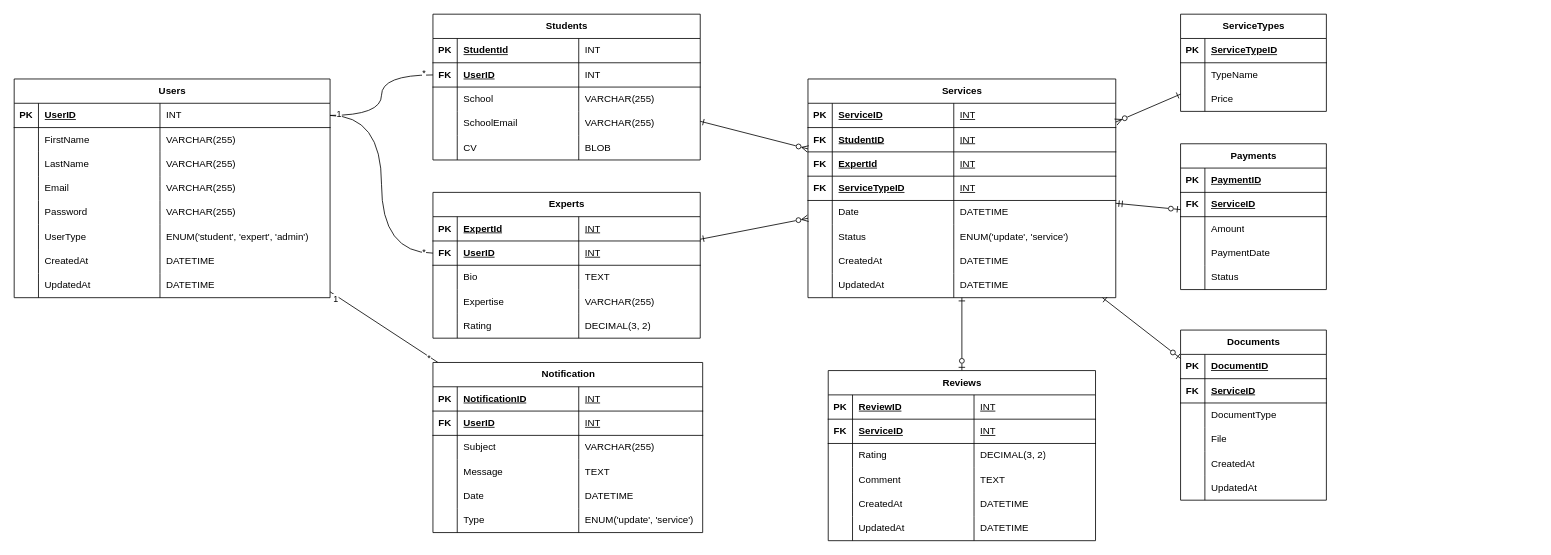
The draw.io diagram ERD.drawio in tamir-cqu/uml-diagram, before the edit. Source tidied: cells renumbered, new cells numbered last; positions are measured from the earlier drawing's top-left corner, leaving out a move shared by most shapes. Both pictures are drawn from the tidied source at 81%, with x=0, y=0 at pixel (14, 14).
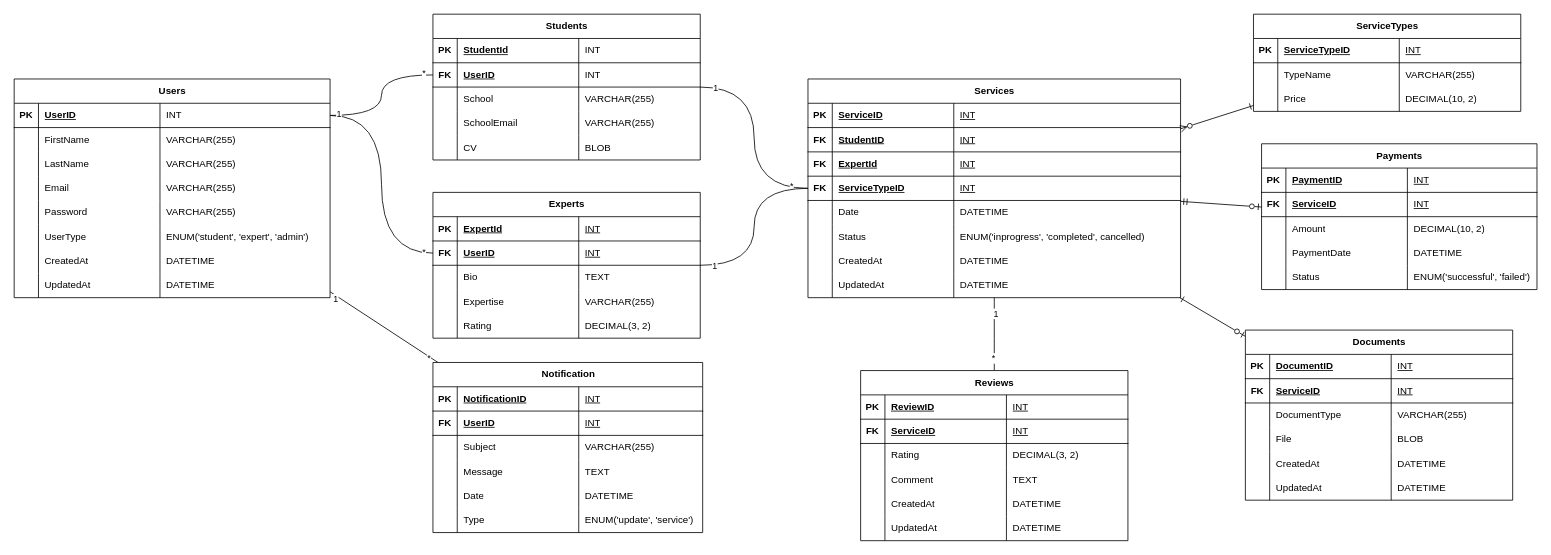
After the change.

Unchanged cells that the change refers to:
```xml
<mxCell id="35" value="Experts" style="shape=table;startSize=30;childLayout=tableLayout;rowLines=0;fontStyle=1;align=center;html=1;" parent="1" vertex="1">
  <mxGeometry x="517" y="220" width="330" height="180" as="geometry" />
</mxCell>
<mxCell id="59" value="Students" style="shape=table;startSize=30;childLayout=tableLayout;rowLines=0;fontStyle=1;align=center;html=1;" parent="1" vertex="1">
  <mxGeometry x="517" width="330" height="180" as="geometry" />
</mxCell>
```

Diff of the diagram source:
```diff
@@
-    <mxCell id="58" style="rounded=0;jettySize=auto;html=1;entryDx=0;entryDy=0;startArrow=ERone;startFill=0;endArrow=ERzeroToMany;endFill=0;exitDx=0;exitDy=0;" parent="1" edge="1" source="59" target="85">
+    <mxCell id="58" style="rounded=0;jettySize=auto;html=1;entryDx=0;entryDy=0;startArrow=none;startFill=0;endArrow=none;endFill=0;exitDx=0;exitDy=0;edgeStyle=orthogonalEdgeStyle;curved=1;" parent="1" edge="1" source="59" target="85">
       <mxGeometry relative="1" as="geometry" />
     </mxCell>
+    <mxCell id="219" value="1" style="edgeLabel;html=1;align=center;verticalAlign=middle;" parent="58" vertex="1">
+      <mxGeometry x="-0.86" relative="1" as="geometry" />
+    </mxCell>
+    <mxCell id="220" value="*" style="edgeLabel;html=1;align=center;verticalAlign=middle;" parent="58" vertex="1">
+      <mxGeometry x="0.84" y="4" relative="1" as="geometry" />
+    </mxCell>
@@
-    <mxCell id="83" style="edgeStyle=orthogonalEdgeStyle;rounded=0;jettySize=auto;html=1;entryX=0.5;entryY=0;entryDx=0;entryDy=0;startArrow=ERone;startFill=0;endArrow=ERzeroToOne;endFill=0;" parent="1" edge="1" source="85" target="175">
+    <mxCell id="83" style="edgeStyle=orthogonalEdgeStyle;rounded=0;jettySize=auto;html=1;entryX=0.5;entryY=0;entryDx=0;entryDy=0;startArrow=none;startFill=0;endArrow=none;endFill=0;curved=1;" parent="1" edge="1" source="85" target="175">
       <mxGeometry relative="1" as="geometry" />
     </mxCell>
+    <mxCell id="221" value="1" style="edgeLabel;html=1;align=center;verticalAlign=middle;" parent="83" vertex="1">
+      <mxGeometry x="-0.58" y="1" relative="1" as="geometry" />
+    </mxCell>
+    <mxCell id="222" value="*" style="edgeLabel;html=1;align=center;verticalAlign=middle;" parent="83" vertex="1">
+      <mxGeometry x="0.64" y="-2" relative="1" as="geometry" />
+    </mxCell>
@@
     <mxCell id="85" value="Services" style="shape=table;startSize=30;childLayout=tableLayout;rowLines=0;fontStyle=1;align=center;html=1;" parent="1" vertex="1">
-      <mxGeometry x="980" y="80" width="380" height="270" as="geometry" />
+      <mxGeometry x="980" y="80" width="460" height="270" as="geometry" />
     </mxCell>
     <mxCell id="86" style="shape=tableRow;horizontal=0;startSize=0;swimlaneHead=0;swimlaneBody=0;fillColor=none;top=0;left=0;right=0;bottom=1;" parent="85" vertex="1">
-      <mxGeometry y="30" width="380" height="30" as="geometry" />
+      <mxGeometry y="30" width="460" height="30" as="geometry" />
     </mxCell>
@@
     <mxCell id="89" value="&lt;span style=&quot;font-weight: 400;&quot;&gt;INT&lt;/span&gt;" style="shape=partialRectangle;fillColor=none;top=0;left=0;bottom=0;right=0;align=left;spacingLeft=6;fontStyle=5;overflow=hidden;whiteSpace=wrap;html=1;" parent="86" vertex="1">
-      <mxGeometry x="180" width="200" height="30" as="geometry" />
+      <mxGeometry x="180" width="280" height="30" as="geometry" />
     </mxCell>
     <mxCell id="90" style="shape=tableRow;horizontal=0;startSize=0;swimlaneHead=0;swimlaneBody=0;fillColor=none;top=0;left=0;right=0;bottom=1;" parent="85" vertex="1">
-      <mxGeometry y="60" width="380" height="30" as="geometry" />
+      <mxGeometry y="60" width="460" height="30" as="geometry" />
     </mxCell>
@@
     <mxCell id="93" value="&lt;span style=&quot;font-weight: 400;&quot;&gt;INT&lt;/span&gt;" style="shape=partialRectangle;fillColor=none;top=0;left=0;bottom=0;right=0;align=left;spacingLeft=6;fontStyle=5;overflow=hidden;whiteSpace=wrap;html=1;" parent="90" vertex="1">
-      <mxGeometry x="180" width="200" height="30" as="geometry" />
+      <mxGeometry x="180" width="280" height="30" as="geometry" />
     </mxCell>
     <mxCell id="94" style="shape=tableRow;horizontal=0;startSize=0;swimlaneHead=0;swimlaneBody=0;fillColor=none;top=0;left=0;right=0;bottom=1;" parent="85" vertex="1">
-      <mxGeometry y="90" width="380" height="30" as="geometry" />
+      <mxGeometry y="90" width="460" height="30" as="geometry" />
     </mxCell>
@@
     <mxCell id="97" value="&lt;span style=&quot;font-weight: 400;&quot;&gt;INT&lt;/span&gt;" style="shape=partialRectangle;fillColor=none;top=0;left=0;bottom=0;right=0;align=left;spacingLeft=6;fontStyle=5;overflow=hidden;whiteSpace=wrap;html=1;" parent="94" vertex="1">
-      <mxGeometry x="180" width="200" height="30" as="geometry" />
+      <mxGeometry x="180" width="280" height="30" as="geometry" />
     </mxCell>
     <mxCell id="98" style="shape=tableRow;horizontal=0;startSize=0;swimlaneHead=0;swimlaneBody=0;fillColor=none;top=0;left=0;right=0;bottom=1;" parent="85" vertex="1">
-      <mxGeometry y="120" width="380" height="30" as="geometry" />
+      <mxGeometry y="120" width="460" height="30" as="geometry" />
     </mxCell>
@@
     <mxCell id="101" value="&lt;span style=&quot;font-weight: 400;&quot;&gt;INT&lt;/span&gt;" style="shape=partialRectangle;fillColor=none;top=0;left=0;bottom=0;right=0;align=left;spacingLeft=6;fontStyle=5;overflow=hidden;whiteSpace=wrap;html=1;" parent="98" vertex="1">
-      <mxGeometry x="180" width="200" height="30" as="geometry" />
+      <mxGeometry x="180" width="280" height="30" as="geometry" />
     </mxCell>
     <mxCell id="102" style="shape=tableRow;horizontal=0;startSize=0;swimlaneHead=0;swimlaneBody=0;fillColor=none;top=0;left=0;right=0;bottom=0;" parent="85" vertex="1">
-      <mxGeometry y="150" width="380" height="30" as="geometry" />
+      <mxGeometry y="150" width="460" height="30" as="geometry" />
     </mxCell>
@@
     <mxCell id="105" value="DATETIME" style="shape=partialRectangle;fillColor=none;top=0;left=0;bottom=0;right=0;align=left;spacingLeft=6;overflow=hidden;whiteSpace=wrap;html=1;" parent="102" vertex="1">
-      <mxGeometry x="180" width="200" height="30" as="geometry" />
+      <mxGeometry x="180" width="280" height="30" as="geometry" />
     </mxCell>
     <mxCell id="106" style="shape=tableRow;horizontal=0;startSize=0;swimlaneHead=0;swimlaneBody=0;fillColor=none;top=0;left=0;right=0;bottom=0;" parent="85" vertex="1">
-      <mxGeometry y="180" width="380" height="30" as="geometry" />
+      <mxGeometry y="180" width="460" height="30" as="geometry" />
     </mxCell>
@@
-    <mxCell id="109" value="ENUM('update', 'service')" style="shape=partialRectangle;fillColor=none;top=0;left=0;bottom=0;right=0;align=left;spacingLeft=6;overflow=hidden;whiteSpace=wrap;html=1;" parent="106" vertex="1">
-      <mxGeometry x="180" width="200" height="30" as="geometry" />
+    <mxCell id="109" value="ENUM('inprogress', 'completed', cancelled)" style="shape=partialRectangle;fillColor=none;top=0;left=0;bottom=0;right=0;align=left;spacingLeft=6;overflow=hidden;whiteSpace=wrap;html=1;" parent="106" vertex="1">
+      <mxGeometry x="180" width="280" height="30" as="geometry" />
     </mxCell>
     <mxCell id="110" style="shape=tableRow;horizontal=0;startSize=0;swimlaneHead=0;swimlaneBody=0;fillColor=none;top=0;left=0;right=0;bottom=0;" parent="85" vertex="1">
-      <mxGeometry y="210" width="380" height="30" as="geometry" />
+      <mxGeometry y="210" width="460" height="30" as="geometry" />
     </mxCell>
@@
     <mxCell id="113" value="DATETIME" style="shape=partialRectangle;fillColor=none;top=0;left=0;bottom=0;right=0;align=left;spacingLeft=6;overflow=hidden;whiteSpace=wrap;html=1;" parent="110" vertex="1">
-      <mxGeometry x="180" width="200" height="30" as="geometry" />
+      <mxGeometry x="180" width="280" height="30" as="geometry" />
     </mxCell>
     <mxCell id="114" style="shape=tableRow;horizontal=0;startSize=0;swimlaneHead=0;swimlaneBody=0;fillColor=none;top=0;left=0;right=0;bottom=0;" parent="85" vertex="1">
-      <mxGeometry y="240" width="380" height="30" as="geometry" />
+      <mxGeometry y="240" width="460" height="30" as="geometry" />
     </mxCell>
@@
     <mxCell id="117" value="DATETIME" style="shape=partialRectangle;fillColor=none;top=0;left=0;bottom=0;right=0;align=left;spacingLeft=6;overflow=hidden;whiteSpace=wrap;html=1;" parent="114" vertex="1">
-      <mxGeometry x="180" width="200" height="30" as="geometry" />
+      <mxGeometry x="180" width="280" height="30" as="geometry" />
     </mxCell>
-    <mxCell id="118" style="rounded=0;jettySize=auto;html=1;startArrow=ERone;startFill=0;endArrow=ERzeroToMany;endFill=0;entryDx=0;entryDy=0;exitDx=0;exitDy=0;" parent="1" edge="1" source="35" target="85">
+    <mxCell id="118" style="rounded=0;jettySize=auto;html=1;startArrow=none;startFill=0;endArrow=none;endFill=0;entryDx=0;entryDy=0;exitDx=0;exitDy=0;strokeColor=default;edgeStyle=orthogonalEdgeStyle;curved=1;" parent="1" edge="1" source="35" target="85">
       <mxGeometry relative="1" as="geometry" />
     </mxCell>
+    <mxCell id="223" value="1" style="edgeLabel;html=1;align=center;verticalAlign=middle;" parent="118" vertex="1">
+      <mxGeometry x="-0.85" relative="1" as="geometry" />
+    </mxCell>
@@
     <mxCell id="120" value="ServiceTypes" style="shape=table;startSize=30;childLayout=tableLayout;rowLines=0;fontStyle=1;align=center;html=1;" parent="1" vertex="1">
-      <mxGeometry x="1440" width="180" height="120" as="geometry" />
+      <mxGeometry x="1530" width="330" height="120" as="geometry" />
     </mxCell>
     <mxCell id="121" style="shape=tableRow;horizontal=0;startSize=0;swimlaneHead=0;swimlaneBody=0;fillColor=none;top=0;left=0;right=0;bottom=1;" parent="120" vertex="1">
-      <mxGeometry y="30" width="180" height="30" as="geometry" />
+      <mxGeometry y="30" width="330" height="30" as="geometry" />
     </mxCell>
@@
+    <mxCell id="224" value="&lt;span style=&quot;font-weight: 400;&quot;&gt;INT&lt;/span&gt;" style="shape=partialRectangle;fillColor=none;top=0;left=0;bottom=0;right=0;align=left;spacingLeft=6;fontStyle=5;overflow=hidden;whiteSpace=wrap;html=1;" parent="121" vertex="1">
+      <mxGeometry x="180" width="150" height="30" as="geometry" />
+    </mxCell>
     <mxCell id="124" style="shape=tableRow;horizontal=0;startSize=0;swimlaneHead=0;swimlaneBody=0;fillColor=none;top=0;left=0;right=0;bottom=0;" parent="120" vertex="1">
-      <mxGeometry y="60" width="180" height="30" as="geometry" />
+      <mxGeometry y="60" width="330" height="30" as="geometry" />
     </mxCell>
@@
+    <mxCell id="225" value="VARCHAR(255)" style="shape=partialRectangle;fillColor=none;top=0;left=0;bottom=0;right=0;align=left;spacingLeft=6;overflow=hidden;whiteSpace=wrap;html=1;" parent="124" vertex="1">
+      <mxGeometry x="180" width="150" height="30" as="geometry" />
+    </mxCell>
     <mxCell id="127" style="shape=tableRow;horizontal=0;startSize=0;swimlaneHead=0;swimlaneBody=0;fillColor=none;top=0;left=0;right=0;bottom=0;" parent="120" vertex="1">
-      <mxGeometry y="90" width="180" height="30" as="geometry" />
+      <mxGeometry y="90" width="330" height="30" as="geometry" />
     </mxCell>
@@
+    <mxCell id="226" value="&lt;span class=&quot;hljs-type&quot;&gt;DECIMAL&lt;/span&gt;(&lt;span class=&quot;hljs-number&quot;&gt;10&lt;/span&gt;, &lt;span class=&quot;hljs-number&quot;&gt;2&lt;/span&gt;)" style="shape=partialRectangle;fillColor=none;top=0;left=0;bottom=0;right=0;align=left;spacingLeft=6;overflow=hidden;whiteSpace=wrap;html=1;" parent="127" vertex="1">
+      <mxGeometry x="180" width="150" height="30" as="geometry" />
+    </mxCell>
     <mxCell id="130" value="Payments" style="shape=table;startSize=30;childLayout=tableLayout;rowLines=0;fontStyle=1;align=center;html=1;" parent="1" vertex="1">
-      <mxGeometry x="1440" y="160" width="180" height="180" as="geometry" />
+      <mxGeometry x="1540" y="160" width="340" height="180" as="geometry" />
     </mxCell>
     <mxCell id="131" style="shape=tableRow;horizontal=0;startSize=0;swimlaneHead=0;swimlaneBody=0;fillColor=none;top=0;left=0;right=0;bottom=1;" parent="130" vertex="1">
-      <mxGeometry y="30" width="180" height="30" as="geometry" />
+      <mxGeometry y="30" width="340" height="30" as="geometry" />
     </mxCell>
@@
+    <mxCell id="227" value="&lt;span style=&quot;font-weight: 400;&quot;&gt;INT&lt;/span&gt;" style="shape=partialRectangle;fillColor=none;top=0;left=0;bottom=0;right=0;align=left;spacingLeft=6;fontStyle=5;overflow=hidden;whiteSpace=wrap;html=1;" parent="131" vertex="1">
+      <mxGeometry x="180" width="160" height="30" as="geometry" />
+    </mxCell>
     <mxCell id="134" style="shape=tableRow;horizontal=0;startSize=0;swimlaneHead=0;swimlaneBody=0;fillColor=none;top=0;left=0;right=0;bottom=1;" parent="130" vertex="1">
-      <mxGeometry y="60" width="180" height="30" as="geometry" />
+      <mxGeometry y="60" width="340" height="30" as="geometry" />
     </mxCell>
@@
+    <mxCell id="228" value="&lt;span style=&quot;font-weight: 400;&quot;&gt;INT&lt;/span&gt;" style="shape=partialRectangle;fillColor=none;top=0;left=0;bottom=0;right=0;align=left;spacingLeft=6;fontStyle=5;overflow=hidden;whiteSpace=wrap;html=1;" parent="134" vertex="1">
+      <mxGeometry x="180" width="160" height="30" as="geometry" />
+    </mxCell>
     <mxCell id="137" style="shape=tableRow;horizontal=0;startSize=0;swimlaneHead=0;swimlaneBody=0;fillColor=none;top=0;left=0;right=0;bottom=0;" parent="130" vertex="1">
-      <mxGeometry y="90" width="180" height="30" as="geometry" />
+      <mxGeometry y="90" width="340" height="30" as="geometry" />
     </mxCell>
@@
+    <mxCell id="229" value="&lt;span class=&quot;hljs-type&quot;&gt;DECIMAL&lt;/span&gt;(&lt;span class=&quot;hljs-number&quot;&gt;10&lt;/span&gt;, &lt;span class=&quot;hljs-number&quot;&gt;2&lt;/span&gt;)" style="shape=partialRectangle;fillColor=none;top=0;left=0;bottom=0;right=0;align=left;spacingLeft=6;overflow=hidden;whiteSpace=wrap;html=1;" parent="137" vertex="1">
+      <mxGeometry x="180" width="160" height="30" as="geometry" />
+    </mxCell>
     <mxCell id="140" style="shape=tableRow;horizontal=0;startSize=0;swimlaneHead=0;swimlaneBody=0;fillColor=none;top=0;left=0;right=0;bottom=0;" parent="130" vertex="1">
-      <mxGeometry y="120" width="180" height="30" as="geometry" />
+      <mxGeometry y="120" width="340" height="30" as="geometry" />
     </mxCell>
@@
+    <mxCell id="230" value="DATETIME" style="shape=partialRectangle;fillColor=none;top=0;left=0;bottom=0;right=0;align=left;spacingLeft=6;overflow=hidden;whiteSpace=wrap;html=1;" parent="140" vertex="1">
+      <mxGeometry x="180" width="160" height="30" as="geometry" />
+    </mxCell>
     <mxCell id="143" style="shape=tableRow;horizontal=0;startSize=0;swimlaneHead=0;swimlaneBody=0;fillColor=none;top=0;left=0;right=0;bottom=0;" parent="130" vertex="1">
-      <mxGeometry y="150" width="180" height="30" as="geometry" />
+      <mxGeometry y="150" width="340" height="30" as="geometry" />
     </mxCell>
@@
+    <mxCell id="231" value="ENUM('successful', 'failed')" style="shape=partialRectangle;fillColor=none;top=0;left=0;bottom=0;right=0;align=left;spacingLeft=6;overflow=hidden;whiteSpace=wrap;html=1;" parent="143" vertex="1">
+      <mxGeometry x="180" width="160" height="30" as="geometry" />
+    </mxCell>
@@
     <mxCell id="175" value="Reviews" style="shape=table;startSize=30;childLayout=tableLayout;rowLines=0;fontStyle=1;align=center;html=1;" parent="1" vertex="1">
-      <mxGeometry x="1005" y="440" width="330" height="210" as="geometry" />
+      <mxGeometry x="1045" y="440" width="330" height="210" as="geometry" />
     </mxCell>
@@
     <mxCell id="200" value="Documents" style="shape=table;startSize=30;childLayout=tableLayout;rowLines=0;fontStyle=1;align=center;html=1;" parent="1" vertex="1">
-      <mxGeometry x="1440" y="390" width="180" height="210" as="geometry" />
+      <mxGeometry x="1520" y="390" width="330" height="210" as="geometry" />
     </mxCell>
     <mxCell id="201" style="shape=tableRow;horizontal=0;startSize=0;swimlaneHead=0;swimlaneBody=0;fillColor=none;top=0;left=0;right=0;bottom=1;" parent="200" vertex="1">
-      <mxGeometry y="30" width="180" height="30" as="geometry" />
+      <mxGeometry y="30" width="330" height="30" as="geometry" />
     </mxCell>
@@
+    <mxCell id="232" value="&lt;span style=&quot;font-weight: 400;&quot;&gt;INT&lt;/span&gt;" style="shape=partialRectangle;fillColor=none;top=0;left=0;bottom=0;right=0;align=left;spacingLeft=6;fontStyle=5;overflow=hidden;whiteSpace=wrap;html=1;" parent="201" vertex="1">
+      <mxGeometry x="180" width="150" height="30" as="geometry" />
+    </mxCell>
     <mxCell id="204" style="shape=tableRow;horizontal=0;startSize=0;swimlaneHead=0;swimlaneBody=0;fillColor=none;top=0;left=0;right=0;bottom=1;" parent="200" vertex="1">
-      <mxGeometry y="60" width="180" height="30" as="geometry" />
+      <mxGeometry y="60" width="330" height="30" as="geometry" />
     </mxCell>
@@
+    <mxCell id="233" value="&lt;span style=&quot;font-weight: 400;&quot;&gt;INT&lt;/span&gt;" style="shape=partialRectangle;fillColor=none;top=0;left=0;bottom=0;right=0;align=left;spacingLeft=6;fontStyle=5;overflow=hidden;whiteSpace=wrap;html=1;" parent="204" vertex="1">
+      <mxGeometry x="180" width="150" height="30" as="geometry" />
+    </mxCell>
     <mxCell id="207" style="shape=tableRow;horizontal=0;startSize=0;swimlaneHead=0;swimlaneBody=0;fillColor=none;top=0;left=0;right=0;bottom=0;" parent="200" vertex="1">
-      <mxGeometry y="90" width="180" height="30" as="geometry" />
+      <mxGeometry y="90" width="330" height="30" as="geometry" />
     </mxCell>
@@
+    <mxCell id="234" value="VARCHAR(255)" style="shape=partialRectangle;fillColor=none;top=0;left=0;bottom=0;right=0;align=left;spacingLeft=6;overflow=hidden;whiteSpace=wrap;html=1;" parent="207" vertex="1">
+      <mxGeometry x="180" width="150" height="30" as="geometry" />
+    </mxCell>
     <mxCell id="210" style="shape=tableRow;horizontal=0;startSize=0;swimlaneHead=0;swimlaneBody=0;fillColor=none;top=0;left=0;right=0;bottom=0;" parent="200" vertex="1">
-      <mxGeometry y="120" width="180" height="30" as="geometry" />
+      <mxGeometry y="120" width="330" height="30" as="geometry" />
     </mxCell>
@@
+    <mxCell id="235" value="BLOB" style="shape=partialRectangle;fillColor=none;top=0;left=0;bottom=0;right=0;align=left;spacingLeft=6;overflow=hidden;whiteSpace=wrap;html=1;" parent="210" vertex="1">
+      <mxGeometry x="180" width="150" height="30" as="geometry" />
+    </mxCell>
     <mxCell id="213" style="shape=tableRow;horizontal=0;startSize=0;swimlaneHead=0;swimlaneBody=0;fillColor=none;top=0;left=0;right=0;bottom=0;" parent="200" vertex="1">
-      <mxGeometry y="150" width="180" height="30" as="geometry" />
+      <mxGeometry y="150" width="330" height="30" as="geometry" />
     </mxCell>
@@
+    <mxCell id="236" value="DATETIME" style="shape=partialRectangle;fillColor=none;top=0;left=0;bottom=0;right=0;align=left;spacingLeft=6;overflow=hidden;whiteSpace=wrap;html=1;" parent="213" vertex="1">
+      <mxGeometry x="180" width="150" height="30" as="geometry" />
+    </mxCell>
     <mxCell id="216" style="shape=tableRow;horizontal=0;startSize=0;swimlaneHead=0;swimlaneBody=0;fillColor=none;top=0;left=0;right=0;bottom=0;" parent="200" vertex="1">
-      <mxGeometry y="180" width="180" height="30" as="geometry" />
+      <mxGeometry y="180" width="330" height="30" as="geometry" />
     </mxCell>
@@
+    <mxCell id="237" value="DATETIME" style="shape=partialRectangle;fillColor=none;top=0;left=0;bottom=0;right=0;align=left;spacingLeft=6;overflow=hidden;whiteSpace=wrap;html=1;" parent="216" vertex="1">
+      <mxGeometry x="180" width="150" height="30" as="geometry" />
+    </mxCell>
```
